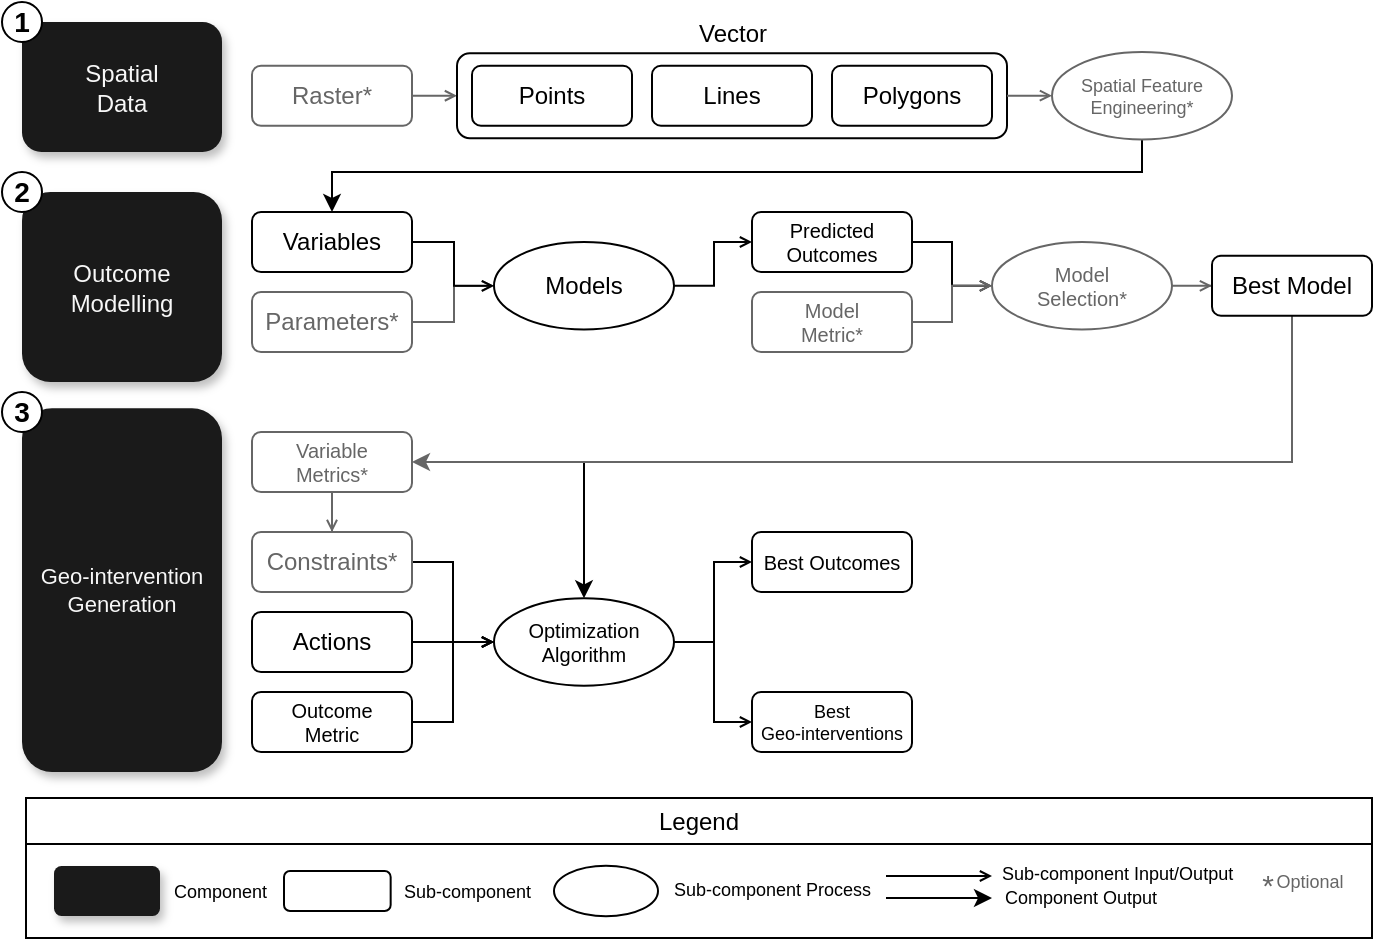
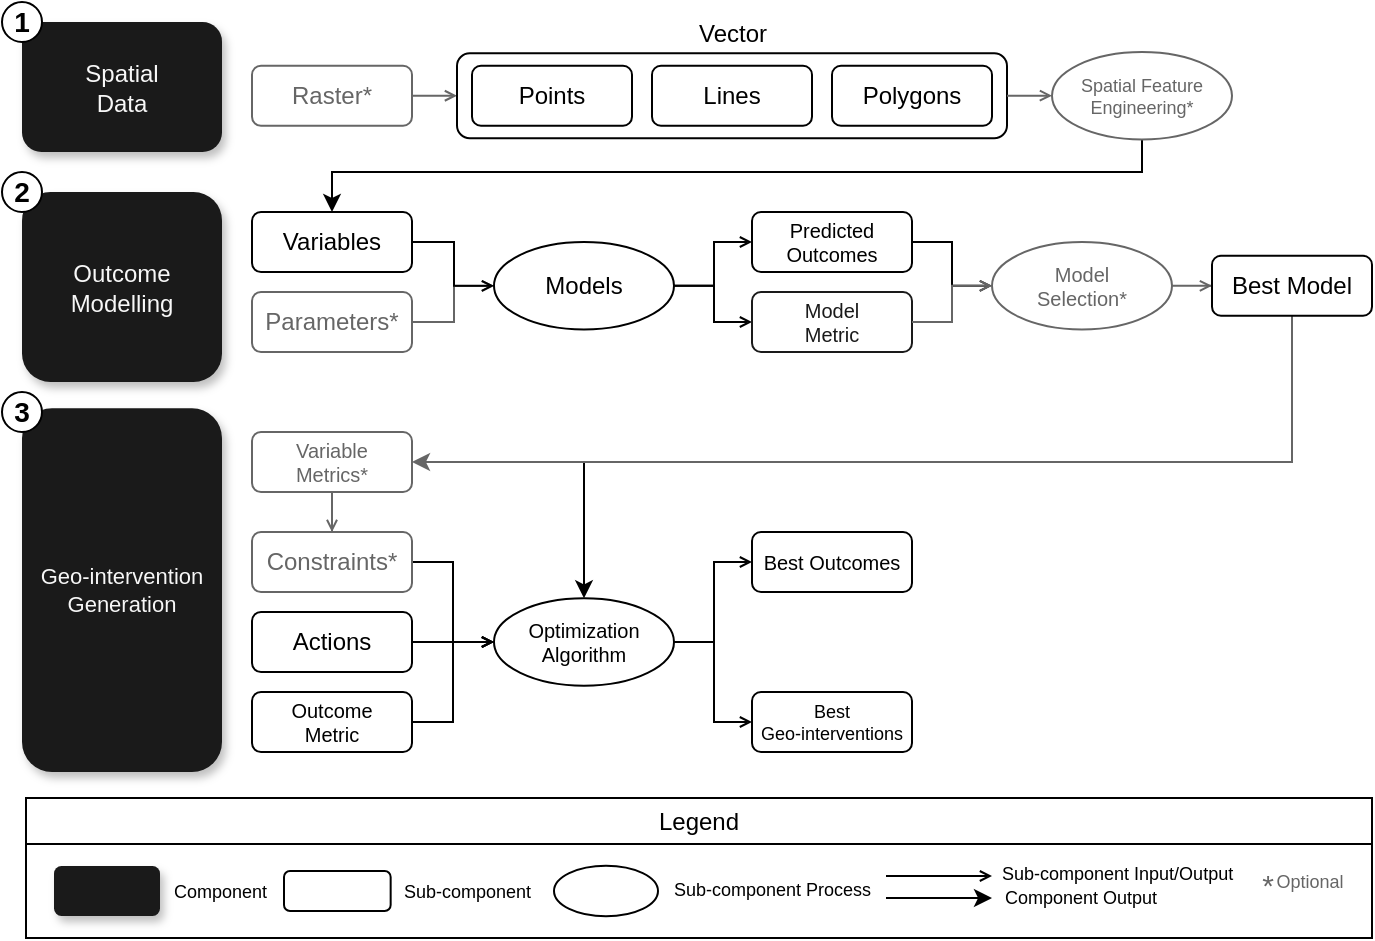
<mxfile host="Electron" agent="Mozilla/5.0 (Macintosh; Intel Mac OS X 10_15_7) AppleWebKit/537.36 (KHTML, like Gecko) draw.io/25.0.2 Chrome/128.0.6613.186 Electron/32.2.5 Safari/537.36" version="25.0.2">
  <diagram name="Page-1" id="8gdRkE0yfgIarTRspHVS">
-     <mxGraphModel dx="984" dy="658" grid="1" gridSize="5" guides="1" tooltips="1" connect="1" arrows="1" fold="1" page="1" pageScale="1" pageWidth="700" pageHeight="485" math="0" shadow="0">
+     <mxGraphModel dx="285" dy="191" grid="1" gridSize="5" guides="1" tooltips="1" connect="1" arrows="1" fold="1" page="1" pageScale="1" pageWidth="700" pageHeight="485" math="0" shadow="0">
      <root>
        <mxCell id="0" />
        <mxCell id="1" parent="0" />
        <mxCell id="zVcd5So7Ncbx6f7flit7-27" value="Variables" style="rounded=1;whiteSpace=wrap;html=1;" parent="1" vertex="1">
          <mxGeometry x="132" y="112" width="80" height="30" as="geometry" />
        </mxCell>
        <mxCell id="zVcd5So7Ncbx6f7flit7-43" style="rounded=0;orthogonalLoop=1;jettySize=auto;html=1;exitX=1;exitY=0.5;exitDx=0;exitDy=0;entryX=0;entryY=0.5;entryDx=0;entryDy=0;edgeStyle=orthogonalEdgeStyle;strokeColor=#666666;endArrow=open;endFill=0;endSize=4;startSize=4;" parent="1" source="zVcd5So7Ncbx6f7flit7-28" target="zVcd5So7Ncbx6f7flit7-30" edge="1">
          <mxGeometry relative="1" as="geometry">
            <Array as="points">
              <mxPoint x="233" y="167" />
              <mxPoint x="233" y="149" />
              <mxPoint x="253" y="149" />
            </Array>
          </mxGeometry>
        </mxCell>
        <mxCell id="zVcd5So7Ncbx6f7flit7-28" value="Parameters*" style="rounded=1;whiteSpace=wrap;html=1;strokeColor=#666666;fontColor=#666666;" parent="1" vertex="1">
          <mxGeometry x="132" y="152" width="80" height="30" as="geometry" />
        </mxCell>
        <mxCell id="zVcd5So7Ncbx6f7flit7-45" style="edgeStyle=orthogonalEdgeStyle;rounded=0;orthogonalLoop=1;jettySize=auto;html=1;entryX=0;entryY=0.5;entryDx=0;entryDy=0;endArrow=open;endFill=0;endSize=4;startSize=4;" parent="1" source="zVcd5So7Ncbx6f7flit7-30" target="zVcd5So7Ncbx6f7flit7-31" edge="1">
          <mxGeometry relative="1" as="geometry" />
        </mxCell>
+         <mxCell id="Uf6OMud8qKE22yOZLW_d-1" style="edgeStyle=orthogonalEdgeStyle;rounded=0;orthogonalLoop=1;jettySize=auto;html=1;entryX=0;entryY=0.5;entryDx=0;entryDy=0;endArrow=open;endFill=0;endSize=4;startSize=4;" edge="1" parent="1" source="zVcd5So7Ncbx6f7flit7-30" target="zVcd5So7Ncbx6f7flit7-46">
+           <mxGeometry relative="1" as="geometry" />
+         </mxCell>
        <mxCell id="zVcd5So7Ncbx6f7flit7-30" value="Models" style="ellipse;whiteSpace=wrap;html=1;fontColor=#000000;strokeColor=#000000;fontSize=12;" parent="1" vertex="1">
          <mxGeometry x="253" y="127.00999999999999" width="90" height="43.75" as="geometry" />
        </mxCell>
        <mxCell id="zVcd5So7Ncbx6f7flit7-49" style="edgeStyle=orthogonalEdgeStyle;rounded=0;orthogonalLoop=1;jettySize=auto;html=1;entryX=0;entryY=0.5;entryDx=0;entryDy=0;endArrow=open;endFill=0;endSize=4;startSize=4;" parent="1" source="zVcd5So7Ncbx6f7flit7-31" target="zVcd5So7Ncbx6f7flit7-33" edge="1">
          <mxGeometry relative="1" as="geometry" />
        </mxCell>
        <mxCell id="zVcd5So7Ncbx6f7flit7-31" value="Predicted Outcomes" style="rounded=1;whiteSpace=wrap;html=1;fontSize=10;" parent="1" vertex="1">
          <mxGeometry x="382" y="112" width="80" height="30" as="geometry" />
        </mxCell>
        <mxCell id="zVcd5So7Ncbx6f7flit7-44" style="edgeStyle=orthogonalEdgeStyle;rounded=0;orthogonalLoop=1;jettySize=auto;html=1;entryX=0;entryY=0.5;entryDx=0;entryDy=0;endArrow=open;endFill=0;endSize=4;startSize=4;" parent="1" source="zVcd5So7Ncbx6f7flit7-27" target="zVcd5So7Ncbx6f7flit7-30" edge="1">
          <mxGeometry relative="1" as="geometry">
            <Array as="points">
              <mxPoint x="233" y="127" />
              <mxPoint x="233" y="149" />
            </Array>
          </mxGeometry>
        </mxCell>
        <mxCell id="zVcd5So7Ncbx6f7flit7-51" style="edgeStyle=orthogonalEdgeStyle;rounded=0;orthogonalLoop=1;jettySize=auto;html=1;entryX=0;entryY=0.5;entryDx=0;entryDy=0;strokeColor=#666666;endArrow=open;endFill=0;endSize=4;startSize=4;" parent="1" source="zVcd5So7Ncbx6f7flit7-33" target="zVcd5So7Ncbx6f7flit7-47" edge="1">
          <mxGeometry relative="1" as="geometry" />
        </mxCell>
        <mxCell id="zVcd5So7Ncbx6f7flit7-33" value="Model&lt;div&gt;Selection*&lt;/div&gt;" style="ellipse;whiteSpace=wrap;html=1;fontColor=#666666;strokeColor=#666666;fontSize=10;" parent="1" vertex="1">
          <mxGeometry x="502" y="127.00999999999999" width="90" height="43.75" as="geometry" />
        </mxCell>
        <mxCell id="zVcd5So7Ncbx6f7flit7-18" style="edgeStyle=orthogonalEdgeStyle;rounded=0;orthogonalLoop=1;jettySize=auto;html=1;entryX=0;entryY=0.5;entryDx=0;entryDy=0;fontColor=#666666;strokeColor=#666666;endArrow=open;endFill=0;endSize=4;startSize=4;" parent="1" source="zVcd5So7Ncbx6f7flit7-16" target="zVcd5So7Ncbx6f7flit7-8" edge="1">
          <mxGeometry relative="1" as="geometry" />
        </mxCell>
        <mxCell id="zVcd5So7Ncbx6f7flit7-16" value="Raster*" style="rounded=1;whiteSpace=wrap;html=1;strokeColor=#666666;fontColor=#666666;" parent="1" vertex="1">
          <mxGeometry x="132" y="38.870000000000005" width="80" height="30" as="geometry" />
        </mxCell>
        <mxCell id="zVcd5So7Ncbx6f7flit7-8" value="Vector" style="rounded=1;whiteSpace=wrap;html=1;glass=0;fillColor=none;verticalAlign=top;spacing=0;spacingTop=-22;align=center;fontColor=#000000;strokeColor=#000000;spacingRight=0;spacingLeft=0;" parent="1" vertex="1">
          <mxGeometry x="234.5" y="32.620000000000005" width="275" height="42.5" as="geometry" />
        </mxCell>
        <mxCell id="zVcd5So7Ncbx6f7flit7-1" value="Points" style="rounded=1;whiteSpace=wrap;html=1;" parent="1" vertex="1">
          <mxGeometry x="242" y="38.870000000000005" width="80" height="30" as="geometry" />
        </mxCell>
        <mxCell id="zVcd5So7Ncbx6f7flit7-5" value="Lines" style="rounded=1;whiteSpace=wrap;html=1;" parent="1" vertex="1">
          <mxGeometry x="332" y="38.870000000000005" width="80" height="30" as="geometry" />
        </mxCell>
        <mxCell id="zVcd5So7Ncbx6f7flit7-6" value="Polygons" style="rounded=1;whiteSpace=wrap;html=1;" parent="1" vertex="1">
          <mxGeometry x="422" y="38.870000000000005" width="80" height="30" as="geometry" />
        </mxCell>
        <mxCell id="zVcd5So7Ncbx6f7flit7-48" style="edgeStyle=orthogonalEdgeStyle;rounded=0;orthogonalLoop=1;jettySize=auto;html=1;entryX=0.5;entryY=0;entryDx=0;entryDy=0;" parent="1" source="zVcd5So7Ncbx6f7flit7-22" target="zVcd5So7Ncbx6f7flit7-27" edge="1">
          <mxGeometry relative="1" as="geometry">
            <Array as="points">
              <mxPoint x="577" y="92" />
              <mxPoint x="172" y="92" />
            </Array>
          </mxGeometry>
        </mxCell>
        <mxCell id="zVcd5So7Ncbx6f7flit7-22" value="Spatial&amp;nbsp;&lt;span style=&quot;background-color: initial;&quot;&gt;Feature&lt;/span&gt;&lt;div&gt;Engineering*&lt;/div&gt;" style="ellipse;whiteSpace=wrap;html=1;fontColor=#666666;strokeColor=#666666;fontSize=9;" parent="1" vertex="1">
          <mxGeometry x="532" y="32" width="90" height="43.75" as="geometry" />
        </mxCell>
        <mxCell id="zVcd5So7Ncbx6f7flit7-25" style="edgeStyle=orthogonalEdgeStyle;rounded=0;orthogonalLoop=1;jettySize=auto;html=1;entryX=0;entryY=0.5;entryDx=0;entryDy=0;fontColor=#666666;strokeColor=#666666;endArrow=open;endFill=0;endSize=4;startSize=4;" parent="1" source="zVcd5So7Ncbx6f7flit7-8" target="zVcd5So7Ncbx6f7flit7-22" edge="1">
          <mxGeometry relative="1" as="geometry" />
        </mxCell>
-         <mxCell id="zVcd5So7Ncbx6f7flit7-46" value="Model&lt;div&gt;Metric*&lt;/div&gt;" style="rounded=1;whiteSpace=wrap;html=1;fontSize=10;fontColor=#666666;strokeColor=#666666;" parent="1" vertex="1">
+         <mxCell id="zVcd5So7Ncbx6f7flit7-46" value="Model&lt;div&gt;Metric&lt;/div&gt;" style="rounded=1;whiteSpace=wrap;html=1;fontSize=10;fontColor=#1A1A1A;strokeColor=#1A1A1A;" parent="1" vertex="1">
          <mxGeometry x="382" y="152" width="80" height="30" as="geometry" />
        </mxCell>
        <mxCell id="zVcd5So7Ncbx6f7flit7-59" style="edgeStyle=orthogonalEdgeStyle;rounded=0;orthogonalLoop=1;jettySize=auto;html=1;entryX=0.5;entryY=0;entryDx=0;entryDy=0;endArrow=classic;endFill=1;" parent="1" source="zVcd5So7Ncbx6f7flit7-47" target="zVcd5So7Ncbx6f7flit7-55" edge="1">
          <mxGeometry relative="1" as="geometry">
            <Array as="points">
              <mxPoint x="652" y="237" />
              <mxPoint x="298" y="237" />
            </Array>
          </mxGeometry>
        </mxCell>
        <mxCell id="zVcd5So7Ncbx6f7flit7-64" style="edgeStyle=orthogonalEdgeStyle;rounded=0;orthogonalLoop=1;jettySize=auto;html=1;entryX=1;entryY=0.5;entryDx=0;entryDy=0;strokeColor=#666666;endArrow=classic;endFill=1;" parent="1" source="zVcd5So7Ncbx6f7flit7-47" target="zVcd5So7Ncbx6f7flit7-54" edge="1">
          <mxGeometry relative="1" as="geometry">
            <Array as="points">
              <mxPoint x="652" y="237" />
            </Array>
          </mxGeometry>
        </mxCell>
        <mxCell id="zVcd5So7Ncbx6f7flit7-47" value="Best Model" style="rounded=1;whiteSpace=wrap;html=1;" parent="1" vertex="1">
          <mxGeometry x="612" y="133.88" width="80" height="30" as="geometry" />
        </mxCell>
        <mxCell id="zVcd5So7Ncbx6f7flit7-50" style="edgeStyle=orthogonalEdgeStyle;rounded=0;orthogonalLoop=1;jettySize=auto;html=1;entryX=0;entryY=0.5;entryDx=0;entryDy=0;strokeColor=#666666;endArrow=open;endFill=0;endSize=4;startSize=4;" parent="1" source="zVcd5So7Ncbx6f7flit7-46" target="zVcd5So7Ncbx6f7flit7-33" edge="1">
          <mxGeometry relative="1" as="geometry" />
        </mxCell>
        <mxCell id="zVcd5So7Ncbx6f7flit7-60" style="edgeStyle=orthogonalEdgeStyle;rounded=0;orthogonalLoop=1;jettySize=auto;html=1;entryX=0;entryY=0.5;entryDx=0;entryDy=0;endArrow=open;endFill=0;endSize=4;startSize=4;" parent="1" source="zVcd5So7Ncbx6f7flit7-52" target="zVcd5So7Ncbx6f7flit7-55" edge="1">
          <mxGeometry relative="1" as="geometry" />
        </mxCell>
        <mxCell id="zVcd5So7Ncbx6f7flit7-52" value="Actions" style="rounded=1;whiteSpace=wrap;html=1;" parent="1" vertex="1">
          <mxGeometry x="132" y="312" width="80" height="30" as="geometry" />
        </mxCell>
        <mxCell id="zVcd5So7Ncbx6f7flit7-62" style="edgeStyle=orthogonalEdgeStyle;rounded=0;orthogonalLoop=1;jettySize=auto;html=1;entryX=0;entryY=0.5;entryDx=0;entryDy=0;endArrow=open;endFill=0;endSize=4;startSize=4;" parent="1" source="zVcd5So7Ncbx6f7flit7-53" target="zVcd5So7Ncbx6f7flit7-55" edge="1">
          <mxGeometry relative="1" as="geometry" />
        </mxCell>
        <mxCell id="zVcd5So7Ncbx6f7flit7-53" value="Constraints*" style="rounded=1;whiteSpace=wrap;html=1;strokeColor=#666666;fontColor=#666666;" parent="1" vertex="1">
          <mxGeometry x="132" y="272" width="80" height="30" as="geometry" />
        </mxCell>
        <mxCell id="zVcd5So7Ncbx6f7flit7-63" style="edgeStyle=orthogonalEdgeStyle;rounded=0;orthogonalLoop=1;jettySize=auto;html=1;entryX=0.5;entryY=0;entryDx=0;entryDy=0;fontColor=#666666;strokeColor=#666666;endArrow=open;endFill=0;endSize=4;startSize=4;" parent="1" source="zVcd5So7Ncbx6f7flit7-54" target="zVcd5So7Ncbx6f7flit7-53" edge="1">
          <mxGeometry relative="1" as="geometry" />
        </mxCell>
        <mxCell id="zVcd5So7Ncbx6f7flit7-54" value="Variable&lt;div&gt;Metrics*&lt;/div&gt;" style="rounded=1;whiteSpace=wrap;html=1;strokeColor=#666666;fontColor=#666666;fontSize=10;" parent="1" vertex="1">
          <mxGeometry x="132" y="222" width="80" height="30" as="geometry" />
        </mxCell>
        <mxCell id="zVcd5So7Ncbx6f7flit7-66" style="edgeStyle=orthogonalEdgeStyle;rounded=0;orthogonalLoop=1;jettySize=auto;html=1;entryX=0;entryY=0.5;entryDx=0;entryDy=0;endArrow=open;endFill=0;endSize=4;startSize=4;" parent="1" source="zVcd5So7Ncbx6f7flit7-55" target="zVcd5So7Ncbx6f7flit7-57" edge="1">
          <mxGeometry relative="1" as="geometry" />
        </mxCell>
        <mxCell id="zVcd5So7Ncbx6f7flit7-67" style="edgeStyle=orthogonalEdgeStyle;rounded=0;orthogonalLoop=1;jettySize=auto;html=1;entryX=0;entryY=0.5;entryDx=0;entryDy=0;endArrow=open;endFill=0;endSize=4;startSize=4;" parent="1" source="zVcd5So7Ncbx6f7flit7-55" target="zVcd5So7Ncbx6f7flit7-58" edge="1">
          <mxGeometry relative="1" as="geometry" />
        </mxCell>
        <mxCell id="zVcd5So7Ncbx6f7flit7-55" value="Optimization&lt;div&gt;Algorithm&lt;/div&gt;" style="ellipse;whiteSpace=wrap;html=1;fontColor=#000000;strokeColor=#000000;fontSize=10;" parent="1" vertex="1">
          <mxGeometry x="253" y="305.13" width="90" height="43.75" as="geometry" />
        </mxCell>
        <mxCell id="zVcd5So7Ncbx6f7flit7-65" style="edgeStyle=orthogonalEdgeStyle;rounded=0;orthogonalLoop=1;jettySize=auto;html=1;entryX=0;entryY=0.5;entryDx=0;entryDy=0;endArrow=open;endFill=0;endSize=4;startSize=4;" parent="1" source="zVcd5So7Ncbx6f7flit7-56" target="zVcd5So7Ncbx6f7flit7-55" edge="1">
          <mxGeometry relative="1" as="geometry" />
        </mxCell>
        <mxCell id="zVcd5So7Ncbx6f7flit7-56" value="Outcome&lt;div&gt;Metric&lt;/div&gt;" style="rounded=1;whiteSpace=wrap;html=1;fontSize=10;" parent="1" vertex="1">
          <mxGeometry x="132" y="352" width="80" height="30" as="geometry" />
        </mxCell>
        <mxCell id="zVcd5So7Ncbx6f7flit7-57" value="Best Outcomes" style="rounded=1;whiteSpace=wrap;html=1;fontSize=10;" parent="1" vertex="1">
          <mxGeometry x="382" y="272" width="80" height="30" as="geometry" />
        </mxCell>
        <mxCell id="zVcd5So7Ncbx6f7flit7-58" value="Best&lt;div&gt;Geo-interventions&lt;/div&gt;" style="rounded=1;whiteSpace=wrap;html=1;fontSize=9;" parent="1" vertex="1">
          <mxGeometry x="382" y="352" width="80" height="30" as="geometry" />
        </mxCell>
        <mxCell id="zVcd5So7Ncbx6f7flit7-68" value="Spatial&lt;div&gt;Data&lt;/div&gt;" style="rounded=1;whiteSpace=wrap;html=1;fillColor=#1A1A1A;strokeColor=none;shadow=1;fontColor=#F7F7F7;" parent="1" vertex="1">
          <mxGeometry x="17" y="17" width="100" height="65" as="geometry" />
        </mxCell>
        <mxCell id="zVcd5So7Ncbx6f7flit7-69" value="Outcome&lt;div&gt;Modelling&lt;/div&gt;" style="rounded=1;whiteSpace=wrap;html=1;fillColor=#1A1A1A;strokeColor=none;shadow=1;fontColor=#F7F7F7;" parent="1" vertex="1">
          <mxGeometry x="17" y="102" width="100" height="95" as="geometry" />
        </mxCell>
        <mxCell id="zVcd5So7Ncbx6f7flit7-70" value="1" style="ellipse;whiteSpace=wrap;html=1;aspect=fixed;fontStyle=1;fontSize=14;strokeWidth=1;" parent="1" vertex="1">
          <mxGeometry x="7" y="7" width="20" height="20" as="geometry" />
        </mxCell>
        <mxCell id="zVcd5So7Ncbx6f7flit7-71" value="2" style="ellipse;whiteSpace=wrap;html=1;aspect=fixed;fontStyle=1;fontSize=14;strokeWidth=1;" parent="1" vertex="1">
          <mxGeometry x="7" y="92" width="20" height="20" as="geometry" />
        </mxCell>
        <mxCell id="zVcd5So7Ncbx6f7flit7-72" value="Geo-intervention&lt;div&gt;Generation&lt;/div&gt;" style="rounded=1;whiteSpace=wrap;html=1;fillColor=#1A1A1A;strokeColor=none;shadow=1;fontColor=#F7F7F7;rotation=0;fontSize=11;" parent="1" vertex="1">
          <mxGeometry x="17" y="210.13" width="100" height="181.87" as="geometry" />
        </mxCell>
        <mxCell id="zVcd5So7Ncbx6f7flit7-73" value="3" style="ellipse;whiteSpace=wrap;html=1;aspect=fixed;fontStyle=1;fontSize=14;strokeWidth=1;" parent="1" vertex="1">
          <mxGeometry x="7" y="202" width="20" height="20" as="geometry" />
        </mxCell>
        <mxCell id="zVcd5So7Ncbx6f7flit7-83" value="" style="rounded=0;whiteSpace=wrap;html=1;" parent="1" vertex="1">
          <mxGeometry x="19" y="425" width="673" height="50" as="geometry" />
        </mxCell>
        <mxCell id="zVcd5So7Ncbx6f7flit7-89" style="edgeStyle=orthogonalEdgeStyle;rounded=0;orthogonalLoop=1;jettySize=auto;html=1;endArrow=open;endFill=0;endSize=4;startSize=4;" parent="1" edge="1">
          <mxGeometry relative="1" as="geometry">
            <mxPoint x="449" y="444" as="sourcePoint" />
            <mxPoint x="502" y="444" as="targetPoint" />
          </mxGeometry>
        </mxCell>
        <mxCell id="zVcd5So7Ncbx6f7flit7-90" value="Sub-component Input/Output" style="edgeLabel;html=1;align=left;verticalAlign=middle;resizable=0;points=[];fontSize=9;" parent="zVcd5So7Ncbx6f7flit7-89" vertex="1" connectable="0">
          <mxGeometry x="0.24" y="-3" relative="1" as="geometry">
            <mxPoint x="23" y="-4" as="offset" />
          </mxGeometry>
        </mxCell>
        <mxCell id="zVcd5So7Ncbx6f7flit7-95" value="" style="group" parent="1" vertex="1" connectable="0">
          <mxGeometry x="33" y="439" width="423" height="25.140000000000043" as="geometry" />
        </mxCell>
        <mxCell id="zVcd5So7Ncbx6f7flit7-93" value="" style="rounded=1;whiteSpace=wrap;html=1;fillColor=#1A1A1A;strokeColor=none;shadow=1;fontColor=#F7F7F7;rotation=0;fontSize=11;" parent="zVcd5So7Ncbx6f7flit7-95" vertex="1">
          <mxGeometry width="53" height="25" as="geometry" />
        </mxCell>
        <mxCell id="zVcd5So7Ncbx6f7flit7-94" value="Component" style="text;html=1;align=left;verticalAlign=middle;whiteSpace=wrap;rounded=0;fontSize=9;" parent="zVcd5So7Ncbx6f7flit7-95" vertex="1">
          <mxGeometry x="58" y="7.5" width="115" height="10" as="geometry" />
        </mxCell>
        <mxCell id="zVcd5So7Ncbx6f7flit7-92" value="" style="group" parent="zVcd5So7Ncbx6f7flit7-95" vertex="1" connectable="0">
          <mxGeometry x="115" y="2.5" width="308" height="22.640000000000043" as="geometry" />
        </mxCell>
        <mxCell id="zVcd5So7Ncbx6f7flit7-84" value="" style="rounded=1;whiteSpace=wrap;html=1;fontSize=9;align=left;spacing=0;spacingLeft=60;aspect=fixed;" parent="zVcd5So7Ncbx6f7flit7-92" vertex="1">
          <mxGeometry width="53.33" height="20" as="geometry" />
        </mxCell>
        <mxCell id="zVcd5So7Ncbx6f7flit7-91" value="Sub-component" style="text;html=1;align=left;verticalAlign=middle;whiteSpace=wrap;rounded=0;fontSize=9;" parent="zVcd5So7Ncbx6f7flit7-92" vertex="1">
          <mxGeometry x="58" y="5" width="115" height="10" as="geometry" />
        </mxCell>
        <mxCell id="zVcd5So7Ncbx6f7flit7-105" value="" style="group" parent="zVcd5So7Ncbx6f7flit7-92" vertex="1" connectable="0">
          <mxGeometry x="135" y="-2.6499999999999773" width="173" height="25.29000000000002" as="geometry" />
        </mxCell>
        <mxCell id="zVcd5So7Ncbx6f7flit7-103" value="" style="ellipse;whiteSpace=wrap;html=1;fontColor=#000000;strokeColor=#000000;fontSize=12;aspect=fixed;" parent="zVcd5So7Ncbx6f7flit7-105" vertex="1">
          <mxGeometry width="52" height="25.29" as="geometry" />
        </mxCell>
        <mxCell id="zVcd5So7Ncbx6f7flit7-104" value="Sub-component Process" style="text;html=1;align=left;verticalAlign=middle;whiteSpace=wrap;rounded=0;fontSize=9;" parent="zVcd5So7Ncbx6f7flit7-105" vertex="1">
          <mxGeometry x="58" y="7.639999999999986" width="115" height="10" as="geometry" />
        </mxCell>
        <mxCell id="zVcd5So7Ncbx6f7flit7-97" style="rounded=0;orthogonalLoop=1;jettySize=auto;html=1;" parent="1" edge="1">
          <mxGeometry relative="1" as="geometry">
            <mxPoint x="449" y="454.99999999999994" as="sourcePoint" />
            <mxPoint x="502" y="454.99999999999994" as="targetPoint" />
          </mxGeometry>
        </mxCell>
        <mxCell id="zVcd5So7Ncbx6f7flit7-98" value="Component Output" style="edgeLabel;html=1;align=center;verticalAlign=middle;resizable=0;points=[];fontSize=9;" parent="zVcd5So7Ncbx6f7flit7-97" vertex="1" connectable="0">
          <mxGeometry x="0.1282" y="-2" relative="1" as="geometry">
            <mxPoint x="67" y="-2" as="offset" />
          </mxGeometry>
        </mxCell>
        <mxCell id="zVcd5So7Ncbx6f7flit7-100" value="&lt;font&gt;Optional&lt;/font&gt;" style="text;html=1;align=center;verticalAlign=middle;whiteSpace=wrap;rounded=0;fontSize=9;fontColor=#666666;" parent="1" vertex="1">
          <mxGeometry x="640" y="439" width="42" height="15" as="geometry" />
        </mxCell>
        <mxCell id="zVcd5So7Ncbx6f7flit7-101" value="&lt;span&gt;*&lt;/span&gt;" style="text;html=1;align=center;verticalAlign=middle;whiteSpace=wrap;rounded=0;fontSize=15;fontColor=#666666;" parent="1" vertex="1">
          <mxGeometry x="635" y="440" width="10" height="15" as="geometry" />
        </mxCell>
        <mxCell id="zVcd5So7Ncbx6f7flit7-108" value="Legend" style="rounded=0;whiteSpace=wrap;html=1;" parent="1" vertex="1">
          <mxGeometry x="19" y="405" width="673" height="23" as="geometry" />
        </mxCell>
      </root>
    </mxGraphModel>
  </diagram>
</mxfile>
